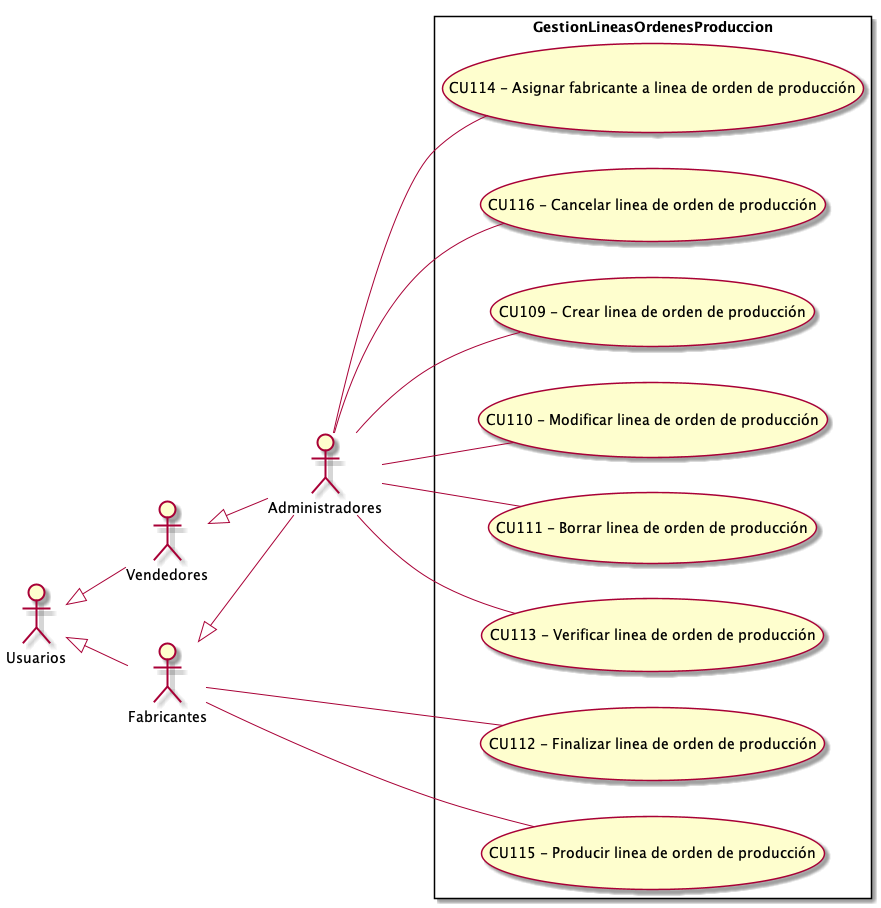
The PlantUML diagram Informe Final/Imagenes/ModeladoDeCasosDeUso/DiagramaDeCasosDeUso/GestionLineasOrdenesProduccion.png in ZMGestion/DocumentacionZMGestion, before a commit.
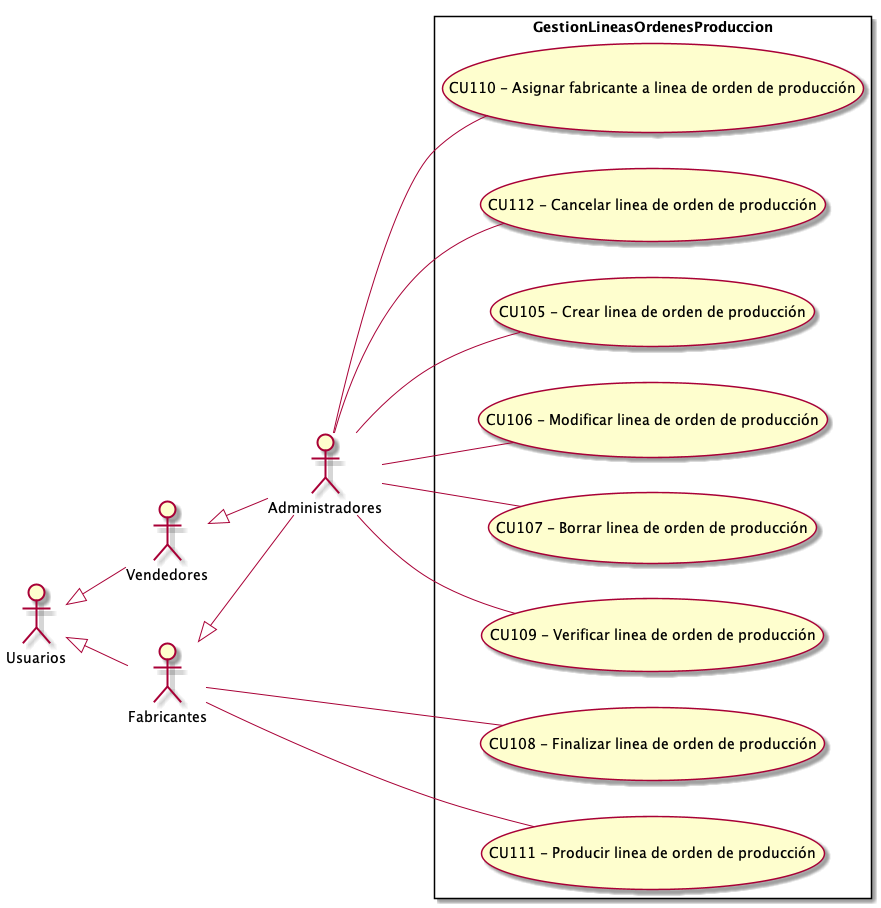
After the change.

What changed in the source:
```diff
@@ -13,14 +13,14 @@
  left to right direction
 
 rectangle GestionLineasOrdenesProduccion{
-    UseCase "CU109 - Crear linea de orden de producción" as C
-    UseCase "CU110 - Modificar linea de orden de producción" as M
-    UseCase "CU111 - Borrar linea de orden de producción" as B
-    UseCase "CU112 - Finalizar linea de orden de producción" as Finalizar
-    UseCase "CU113 - Verificar linea de orden de producción" as Verificar
-    UseCase "CU114 - Asignar fabricante a linea de orden de producción" as Asignar
-    UseCase "CU115 - Producir linea de orden de producción" as Producir
-    UseCase "CU116 - Cancelar linea de orden de producción" as Cancelar
+    UseCase "CU105 - Crear linea de orden de producción" as C
+    UseCase "CU106 - Modificar linea de orden de producción" as M
+    UseCase "CU107 - Borrar linea de orden de producción" as B
+    UseCase "CU108 - Finalizar linea de orden de producción" as Finalizar
+    UseCase "CU109 - Verificar linea de orden de producción" as Verificar
+    UseCase "CU110 - Asignar fabricante a linea de orden de producción" as Asignar
+    UseCase "CU111 - Producir linea de orden de producción" as Producir
+    UseCase "CU112 - Cancelar linea de orden de producción" as Cancelar
 }
     Administradores -- C
     Administradores -- Verificar
```
